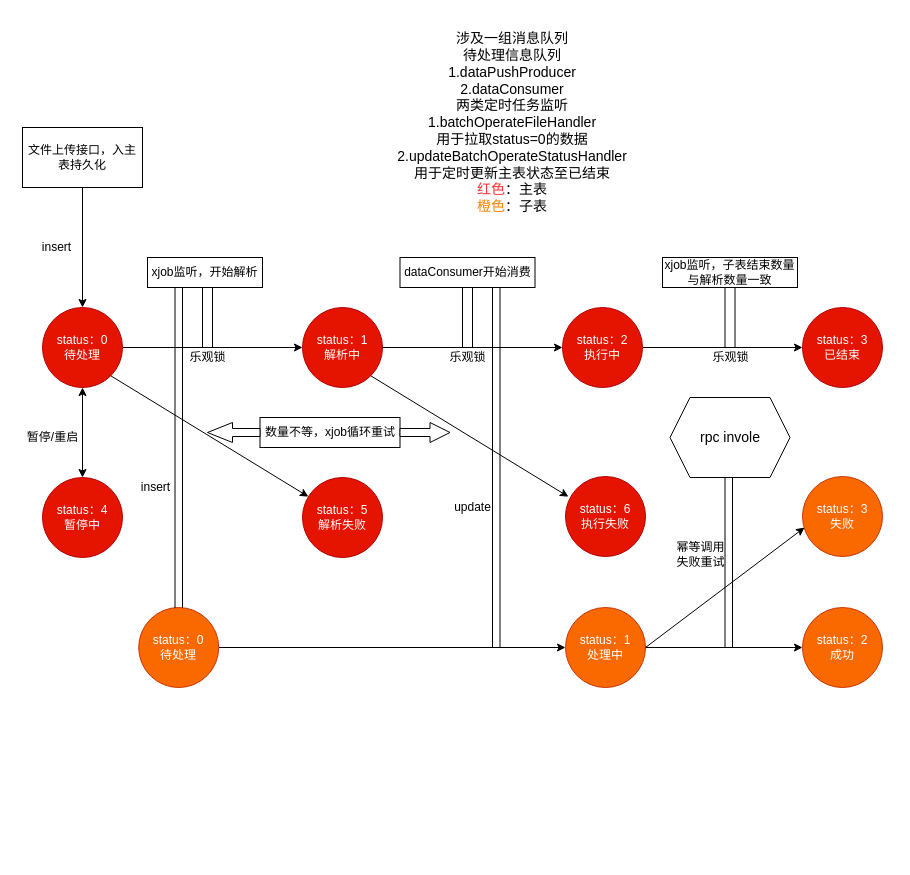
Above: time-return-batch-operate.drawio in mirai3zZ/mojito (draw.io), before the change. Source tidied: cells renumbered, new cells numbered last; positions are measured from the earlier drawing's top-left corner, leaving out a move shared by most shapes. Both pictures are drawn from the tidied source at 100%, with x=0, y=0 at pixel (17, 17).
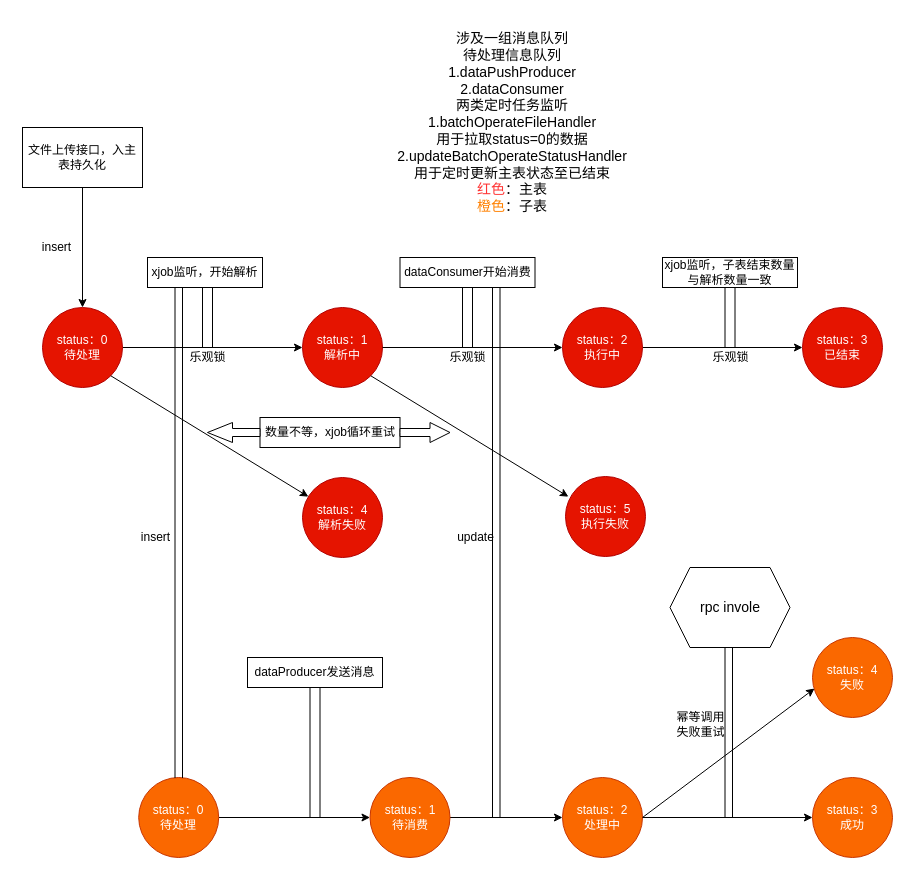
Above is the later version.

Unchanged cells that the change refers to:
```xml
<mxCell id="6" value="status：0&lt;br&gt;待处理" style="ellipse;whiteSpace=wrap;html=1;fillColor=#e51400;strokeColor=#B20000;fontColor=#ffffff;" parent="1" vertex="1">
  <mxGeometry x="25" y="290" width="80" height="80" as="geometry" />
</mxCell>
```

Diff of the diagram source:
```diff
@@
-    <mxCell id="7" value="status：4&lt;br&gt;暂停中" style="ellipse;whiteSpace=wrap;html=1;fillColor=#e51400;strokeColor=#B20000;fontColor=#ffffff;" parent="1" vertex="1">
-      <mxGeometry x="25" y="460" width="80" height="80" as="geometry" />
-    </mxCell>
-    <mxCell id="8" style="endArrow=classic;startArrow=classic;html=1;entryX=0.5;entryY=1;entryDx=0;entryDy=0;exitX=0.5;exitY=0;exitDx=0;exitDy=0;" parent="1" edge="1" source="7" target="6">
-      <mxGeometry relative="1" as="geometry" />
-    </mxCell>
-    <mxCell id="9" value="暂停/重启" style="text;html=1;align=center;verticalAlign=middle;" parent="1" vertex="1">
-      <mxGeometry y="410" width="70" height="20" as="geometry" />
-    </mxCell>
@@
-    <mxCell id="20" value="status：5&lt;br&gt;解析失败" style="ellipse;whiteSpace=wrap;html=1;fillColor=#e51400;strokeColor=#B20000;fontColor=#ffffff;" parent="1" vertex="1">
+    <mxCell id="20" value="status：4&lt;br&gt;解析失败" style="ellipse;whiteSpace=wrap;html=1;fillColor=#e51400;strokeColor=#B20000;fontColor=#ffffff;" parent="1" vertex="1">
       <mxGeometry x="285" y="460" width="80" height="80" as="geometry" />
     </mxCell>
@@
-    <mxCell id="23" value="status：6&lt;br&gt;执行失败" style="ellipse;whiteSpace=wrap;html=1;fillColor=#e51400;strokeColor=#B20000;fontColor=#ffffff;" parent="1" vertex="1">
+    <mxCell id="23" value="status：5&lt;br&gt;执行失败" style="ellipse;whiteSpace=wrap;html=1;fillColor=#e51400;strokeColor=#B20000;fontColor=#ffffff;" parent="1" vertex="1">
       <mxGeometry x="548" y="459" width="80" height="80" as="geometry" />
     </mxCell>
@@
-    <mxCell id="30" style="edgeStyle=none;rounded=0;jettySize=auto;html=1;entryX=0;entryY=0.5;entryDx=0;entryDy=0;" parent="1" edge="1" source="31" target="39">
-      <mxGeometry relative="1" as="geometry" />
-    </mxCell>
+    <mxCell id="47" style="edgeStyle=none;rounded=0;jettySize=auto;html=1;entryX=0;entryY=0.5;entryDx=0;entryDy=0;" parent="1" edge="1" source="31" target="49">
+      <mxGeometry relative="1" as="geometry" />
+    </mxCell>
     <mxCell id="31" value="status：0&lt;br&gt;待处理" style="ellipse;whiteSpace=wrap;html=1;fillColor=#fa6800;strokeColor=#C73500;fontColor=#ffffff;" parent="1" vertex="1">
-      <mxGeometry x="121.2" y="590" width="80" height="80" as="geometry" />
+      <mxGeometry x="121.2" y="760" width="80" height="80" as="geometry" />
     </mxCell>
-    <mxCell id="32" value="status：2&lt;br&gt;成功" style="ellipse;whiteSpace=wrap;html=1;fillColor=#fa6800;strokeColor=#C73500;fontColor=#ffffff;" parent="1" vertex="1">
-      <mxGeometry x="785" y="590" width="80" height="80" as="geometry" />
+    <mxCell id="32" value="status：3&lt;br&gt;成功" style="ellipse;whiteSpace=wrap;html=1;fillColor=#fa6800;strokeColor=#C73500;fontColor=#ffffff;" parent="1" vertex="1">
+      <mxGeometry x="795" y="760" width="80" height="80" as="geometry" />
     </mxCell>
-    <mxCell id="33" value="status：3&lt;br&gt;失败" style="ellipse;whiteSpace=wrap;html=1;fillColor=#fa6800;strokeColor=#C73500;fontColor=#ffffff;" parent="1" vertex="1">
-      <mxGeometry x="785" y="459" width="80" height="80" as="geometry" />
+    <mxCell id="33" value="status：4&lt;br&gt;失败" style="ellipse;whiteSpace=wrap;html=1;fillColor=#fa6800;strokeColor=#C73500;fontColor=#ffffff;" parent="1" vertex="1">
+      <mxGeometry x="795" y="620" width="80" height="80" as="geometry" />
     </mxCell>
     <mxCell id="34" value="&lt;font style=&quot;font-size: 14px&quot;&gt;rpc invole&lt;/font&gt;" style="shape=hexagon;perimeter=hexagonPerimeter2;whiteSpace=wrap;html=1;fixedSize=1;" parent="1" vertex="1">
-      <mxGeometry x="652.5" y="380" width="120" height="80" as="geometry" />
+      <mxGeometry x="652.5" y="550" width="120" height="80" as="geometry" />
     </mxCell>
     <mxCell id="35" value="失败重试" style="text;html=1;align=center;verticalAlign=middle;" parent="1" vertex="1">
-      <mxGeometry x="652.5" y="535" width="60" height="20" as="geometry" />
+      <mxGeometry x="652.5" y="705" width="60" height="20" as="geometry" />
     </mxCell>
     <mxCell id="36" value="幂等调用" style="text;html=1;align=center;verticalAlign=middle;" parent="1" vertex="1">
-      <mxGeometry x="652.5" y="520" width="60" height="20" as="geometry" />
+      <mxGeometry x="652.5" y="690" width="60" height="20" as="geometry" />
     </mxCell>
     <mxCell id="37" style="shape=partialRectangle;whiteSpace=wrap;html=1;top=0;bottom=0;fillColor=none;" parent="1" vertex="1">
-      <mxGeometry x="157.5" y="270" width="7.5" height="320" as="geometry" />
+      <mxGeometry x="157.5" y="270" width="7.5" height="490" as="geometry" />
     </mxCell>
@@
-    <mxCell id="39" value="status：1&lt;br&gt;处理中" style="ellipse;whiteSpace=wrap;html=1;fillColor=#fa6800;strokeColor=#C73500;fontColor=#ffffff;" parent="1" vertex="1">
-      <mxGeometry x="548" y="590" width="80" height="80" as="geometry" />
+    <mxCell id="39" value="status：2&lt;br&gt;处理中" style="ellipse;whiteSpace=wrap;html=1;fillColor=#fa6800;strokeColor=#C73500;fontColor=#ffffff;" parent="1" vertex="1">
+      <mxGeometry x="545" y="760" width="80" height="80" as="geometry" />
     </mxCell>
     <mxCell id="40" style="shape=partialRectangle;whiteSpace=wrap;html=1;top=0;bottom=0;fillColor=none;" parent="1" vertex="1">
-      <mxGeometry x="475" y="270" width="7.5" height="360" as="geometry" />
+      <mxGeometry x="475" y="270" width="7.5" height="530" as="geometry" />
     </mxCell>
@@
     <mxCell id="42" value="update" style="text;html=1;align=center;verticalAlign=middle;" parent="1" vertex="1">
-      <mxGeometry x="430" y="480" width="50" height="20" as="geometry" />
+      <mxGeometry x="432.5" y="510" width="50" height="20" as="geometry" />
     </mxCell>
@@
     <mxCell id="44" value="insert" style="text;html=1;align=center;verticalAlign=middle;" parent="1" vertex="1">
-      <mxGeometry x="117.5" y="460" width="40" height="20" as="geometry" />
+      <mxGeometry x="117.5" y="510" width="40" height="20" as="geometry" />
     </mxCell>
@@
     <mxCell id="46" style="shape=partialRectangle;whiteSpace=wrap;html=1;top=0;bottom=0;fillColor=none;" parent="1" vertex="1">
-      <mxGeometry x="707.5" y="460" width="7.5" height="170" as="geometry" />
+      <mxGeometry x="707.5" y="630" width="7.5" height="170" as="geometry" />
     </mxCell>
+    <mxCell id="48" style="edgeStyle=none;rounded=0;jettySize=auto;html=1;" parent="1" edge="1" source="49" target="39">
+      <mxGeometry relative="1" as="geometry" />
+    </mxCell>
+    <mxCell id="49" value="status：1&lt;br&gt;待消费" style="ellipse;whiteSpace=wrap;html=1;fillColor=#fa6800;strokeColor=#C73500;fontColor=#ffffff;" parent="1" vertex="1">
+      <mxGeometry x="352.5" y="760" width="80" height="80" as="geometry" />
+    </mxCell>
+    <mxCell id="50" style="shape=partialRectangle;whiteSpace=wrap;html=1;top=0;bottom=0;fillColor=none;" parent="1" vertex="1">
+      <mxGeometry x="292.5" y="670" width="10" height="130" as="geometry" />
+    </mxCell>
+    <mxCell id="51" value="dataProducer发送消息" style="rounded=0;whiteSpace=wrap;html=1;" parent="1" vertex="1">
+      <mxGeometry x="230" y="640" width="135" height="30" as="geometry" />
+    </mxCell>
```
